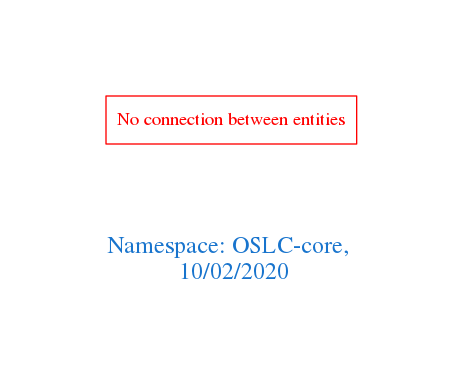
The Graphviz diagram downloads/OSLC-core.png in arago/OGIT, before a commit. Its source is kept beside it as downloads/OSLC-core.dot.
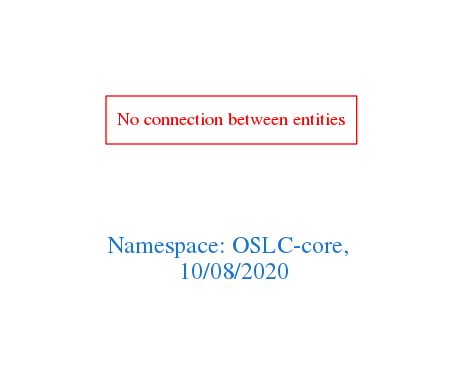
The same diagram one commit later.

Diff of the diagram source:
```diff
@@ -1,7 +1,7 @@
 digraph OGIT_ontology {
  graph [ rankdir= LR,pad=1
 fontsize = 18,
-fontcolor= dodgerblue3,label = "\n\n\nNamespace: OSLC-core, \n 10/02/2020"];
+fontcolor= dodgerblue3,label = "\n\n\nNamespace: OSLC-core, \n 10/08/2020"];
 node[shape=polygon];
 edge [  color="gray81"];
 
```
